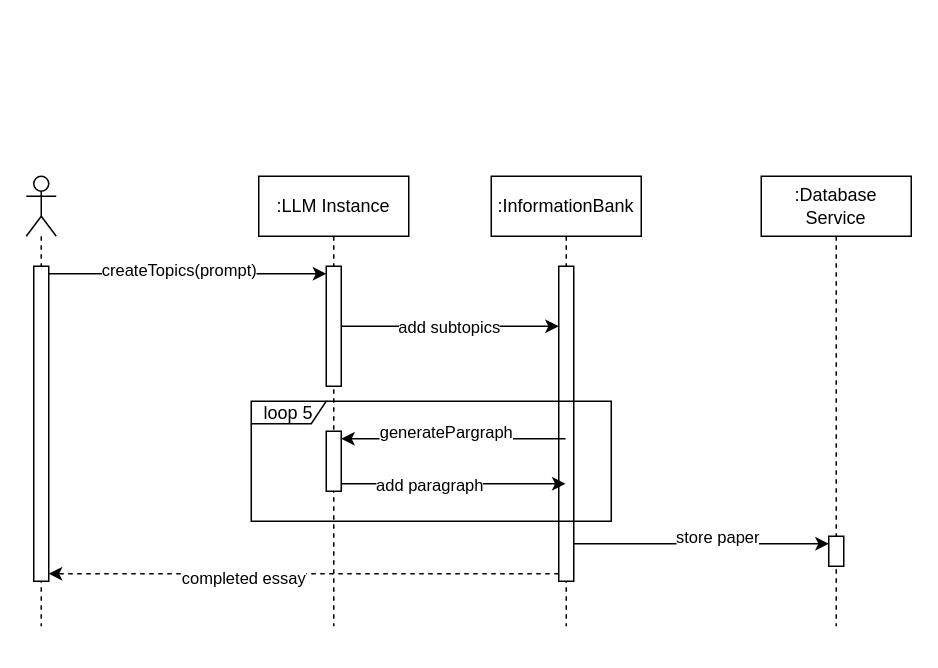
This is raisearch/diagrams/interaction.drawio from IshaanTakrani/Raisearch, a draw.io file, before an edit. Source tidied: cells renumbered, new cells numbered last; positions are measured from the earlier drawing's top-left corner, leaving out a move shared by most shapes. Both pictures are drawn from the tidied source at 150%, with x=0, y=0 at pixel (26, 176).
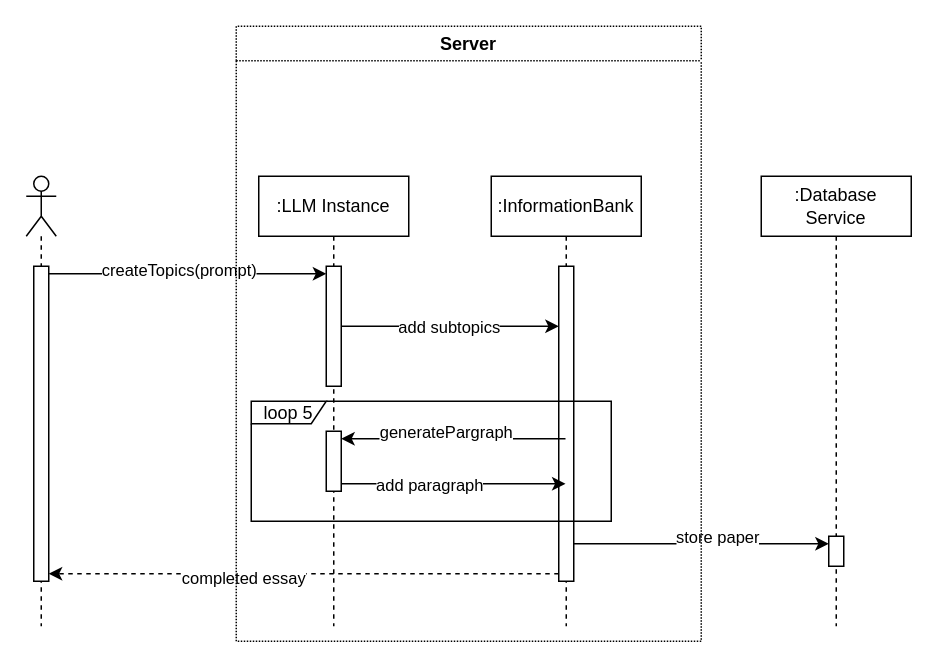
The same diagram, later.

Diff of the diagram source:
```diff
@@
+    <mxCell id="24" value="Server" style="swimlane;whiteSpace=wrap;html=1;dashed=1;dashPattern=1 1;" parent="1" vertex="1">
+      <mxGeometry x="140" y="-100" width="310" height="410" as="geometry" />
+    </mxCell>
```
